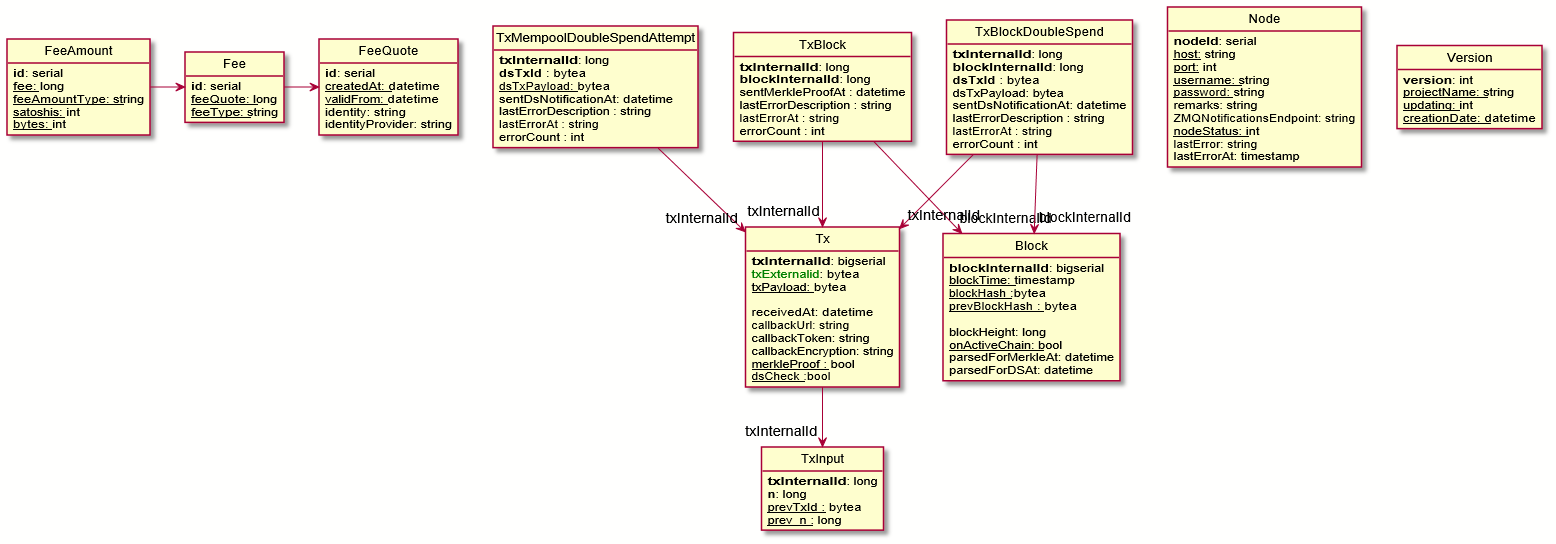
Above: src/MerchantAPI/APIGateway/APIGateway.Database/Uml/out/APIGatewayUml/APIGatewayUml.png in bitcoin-sv/merchantapi-reference (PlantUML), before the change. Its source is kept beside it as src/MerchantAPI/APIGateway/APIGateway.Database/Uml/APIGatewayUml.puml.
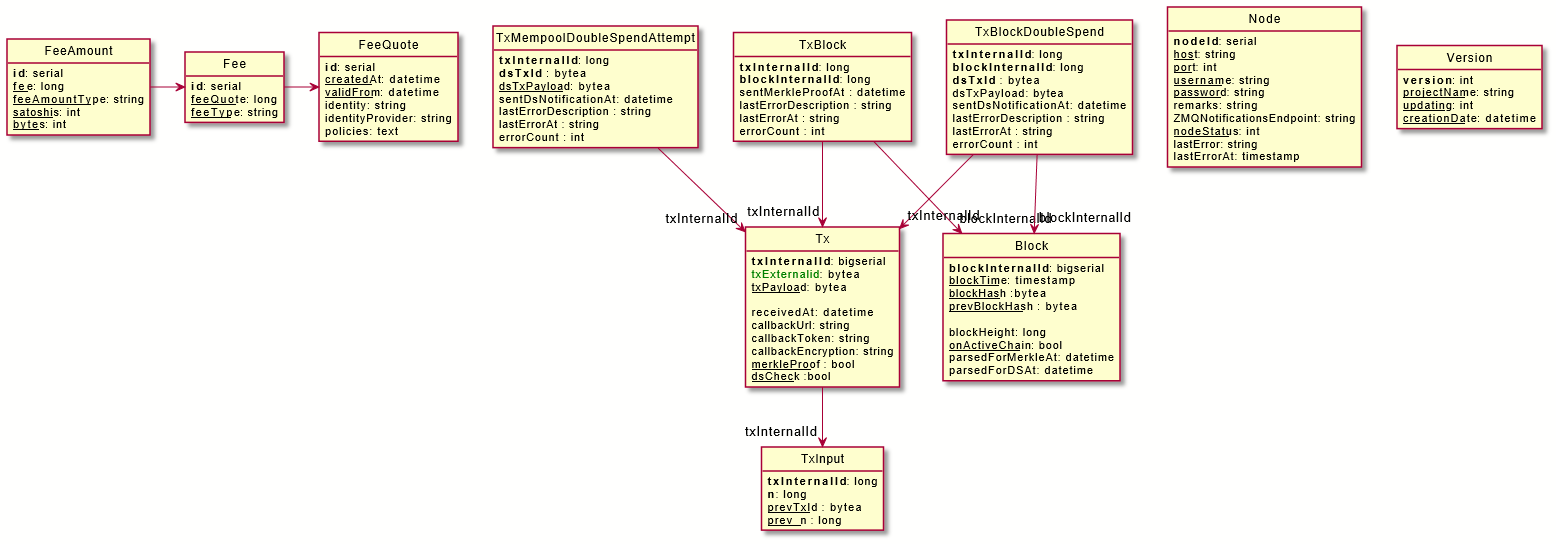
After the change.

Change to the diagram source:
```diff
@@ -98,6 +98,7 @@
   not_null(validFrom): datetime
   identity: string
   identityProvider: string
+  policies: text
 }
 
 class Fee {
```
